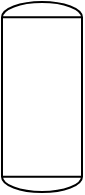
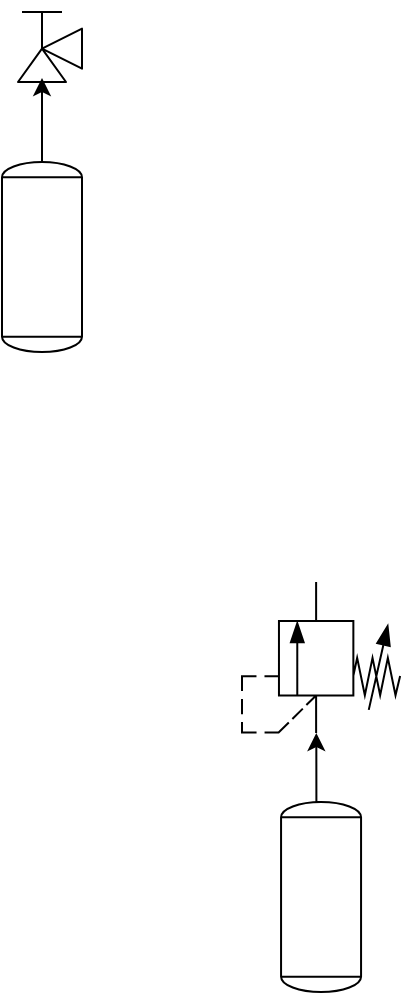
<mxfile host="app.diagrams.net">
  <diagram name="Page-1" id="yVWc0W-ck9c9z-k3Kk2T">
-     <mxGraphModel dx="1414" dy="743" grid="1" gridSize="10" guides="1" tooltips="1" connect="1" arrows="1" fold="1" page="1" pageScale="1" pageWidth="850" pageHeight="1100" math="0" shadow="0">
+     <mxGraphModel dx="808" dy="425" grid="1" gridSize="10" guides="1" tooltips="1" connect="1" arrows="1" fold="1" page="1" pageScale="1" pageWidth="850" pageHeight="1100" math="0" shadow="0">
      <root>
        <mxCell id="0" />
        <mxCell id="1" parent="0" />
        <mxCell id="OFAJiqO-RdxWTzKYntk_-1" parent="1" style="shape=mxgraph.pid.vessels.tank;html=1;pointerEvents=1;align=center;verticalLabelPosition=bottom;verticalAlign=top;dashed=0;" value="" vertex="1">
-           <mxGeometry height="95" width="40" x="70" y="80" as="geometry" />
+           <mxGeometry height="95" width="40" x="189.53" y="430" as="geometry" />
+         </mxCell>
+         <mxCell id="Tgp1YG4fS6PU8-YT2vW6-1" parent="1" style="verticalLabelPosition=bottom;aspect=fixed;html=1;verticalAlign=top;fillColor=strokeColor;align=center;outlineConnect=0;shape=mxgraph.fluid_power.x10500;points=[[0.47,0,0],[0.47,1,0]]" value="" vertex="1">
+           <mxGeometry height="75.54" width="79.06" x="170" y="320" as="geometry" />
+         </mxCell>
+         <mxCell id="Tgp1YG4fS6PU8-YT2vW6-2" edge="1" parent="1" source="OFAJiqO-RdxWTzKYntk_-1" style="edgeStyle=orthogonalEdgeStyle;rounded=0;orthogonalLoop=1;jettySize=auto;html=1;exitX=0.5;exitY=0;exitDx=0;exitDy=0;exitPerimeter=0;entryX=0.47;entryY=1;entryDx=0;entryDy=0;entryPerimeter=0;" target="Tgp1YG4fS6PU8-YT2vW6-1">
+           <mxGeometry relative="1" as="geometry" />
+         </mxCell>
+         <mxCell id="Tgp1YG4fS6PU8-YT2vW6-3" parent="1" style="shape=mxgraph.pid.vessels.tank;html=1;pointerEvents=1;align=center;verticalLabelPosition=bottom;verticalAlign=top;dashed=0;" value="" vertex="1">
+           <mxGeometry height="95" width="40" x="50" y="110" as="geometry" />
+         </mxCell>
+         <mxCell id="Tgp1YG4fS6PU8-YT2vW6-4" parent="1" style="verticalLabelPosition=bottom;align=center;html=1;verticalAlign=top;pointerEvents=1;dashed=0;shape=mxgraph.pid2valves.valve;valveType=angle;actuator=man" value="" vertex="1">
+           <mxGeometry height="40" width="40" x="50" y="30" as="geometry" />
+         </mxCell>
+         <mxCell id="Tgp1YG4fS6PU8-YT2vW6-5" edge="1" parent="1" source="Tgp1YG4fS6PU8-YT2vW6-3" style="edgeStyle=orthogonalEdgeStyle;rounded=0;orthogonalLoop=1;jettySize=auto;html=1;exitX=0.5;exitY=0;exitDx=0;exitDy=0;exitPerimeter=0;">
+           <mxGeometry relative="1" as="geometry">
+             <mxPoint x="70" y="68" as="targetPoint" />
+           </mxGeometry>
        </mxCell>
      </root>
    </mxGraphModel>
  </diagram>
</mxfile>
